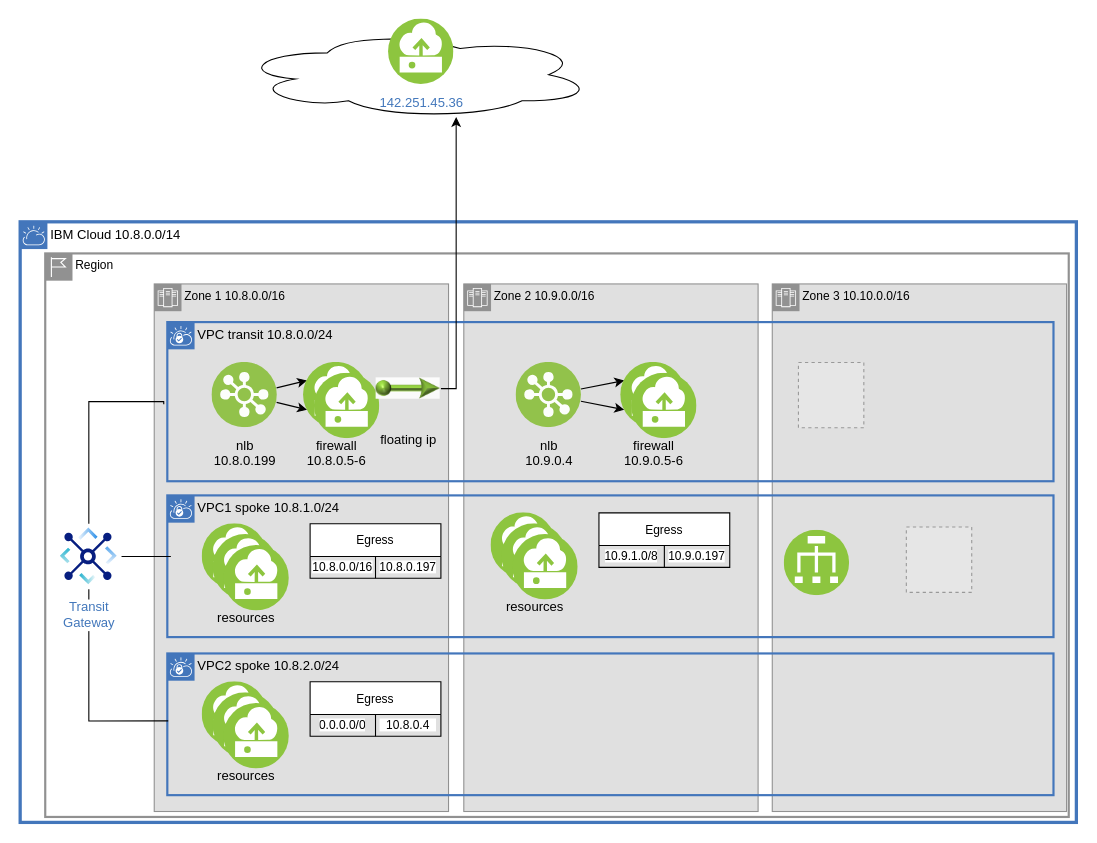
This is page "zonal" (2 of 7) of firewall.drawio from IBM-Cloud/vpc-transit-firewall, a draw.io file, before an edit. Source tidied: cells renumbered, new cells numbered last; positions are measured from the earlier drawing's top-left corner, leaving out a move shared by most shapes. Both pictures are drawn from the tidied source at 109%, with x=0, y=0 at pixel (20, 19). Pictures stored in the file or linked from it are replaced by grey dashed boxes.
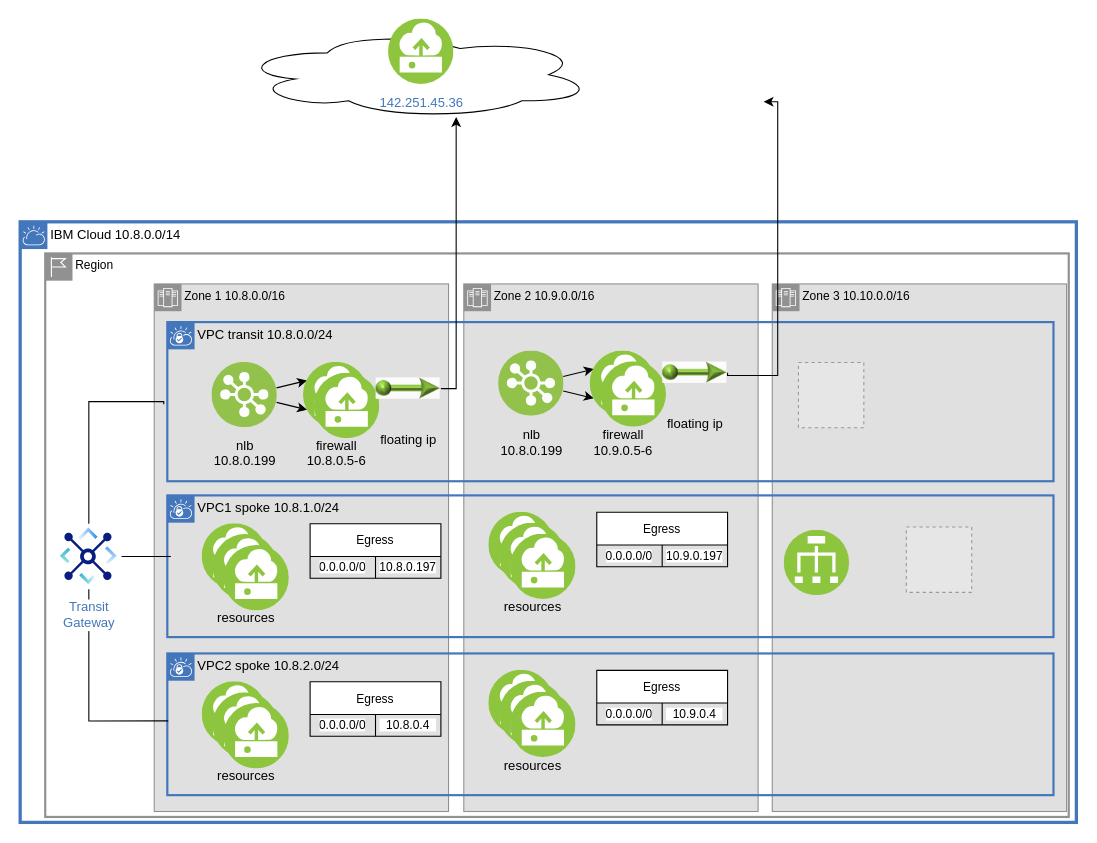
The same page after the edit.

The change refers to these unchanged cells:
```xml
<mxCell id="14" style="shape=tableRow;horizontal=0;startSize=0;swimlaneHead=0;swimlaneBody=0;top=0;left=0;bottom=0;right=0;fillColor=none;fontFamily=Helvetica;fontSize=11;fontColor=default;" parent="13" vertex="1">
  <mxGeometry y="30" width="120" height="20" as="geometry" />
</mxCell>
```

Change to the diagram source:
```diff
@@
-    <mxCell id="15" value="&lt;span style=&quot;background-color: rgb(255, 255, 255);&quot;&gt;10.8.0.0/16&lt;/span&gt;" style="shape=partialRectangle;html=1;whiteSpace=wrap;overflow=hidden;fillColor=none;top=0;left=0;bottom=0;right=0;fontFamily=Helvetica;fontSize=11;fontColor=default;" parent="14" vertex="1">
+    <mxCell id="15" value="&lt;span style=&quot;background-color: rgb(255, 255, 255);&quot;&gt;0.0.0.0/0&lt;/span&gt;" style="shape=partialRectangle;html=1;whiteSpace=wrap;overflow=hidden;fillColor=none;top=0;left=0;bottom=0;right=0;fontFamily=Helvetica;fontSize=11;fontColor=default;" parent="14" vertex="1">
       <mxGeometry width="60" height="20" as="geometry" />
     </mxCell>
@@
-    <mxCell id="29" style="shape=connector;rounded=0;jettySize=auto;html=1;entryX=0;entryY=0.25;entryDx=0;entryDy=0;labelBackgroundColor=default;fontFamily=Helvetica;fontSize=11;fontColor=#000000;endArrow=classic;endFill=1;strokeColor=default;strokeWidth=1;" parent="1" edge="1" source="31" target="32">
-      <mxGeometry relative="1" as="geometry" />
-    </mxCell>
-    <mxCell id="30" style="edgeStyle=none;shape=connector;rounded=0;jettySize=auto;html=1;entryX=0;entryY=0.75;entryDx=0;entryDy=0;labelBackgroundColor=default;fontFamily=Helvetica;fontSize=11;fontColor=#000000;endArrow=classic;endFill=1;strokeColor=default;strokeWidth=1;" parent="1" edge="1" source="31" target="32">
-      <mxGeometry relative="1" as="geometry" />
-    </mxCell>
-    <mxCell id="31" value="nlb&lt;br&gt;10.9.0.4" style="perimeter=ellipsePerimeter;html=1;align=center;shadow=0;dashed=0;fontColor=default;fontSize=12;spacingTop=3;image;image=img/lib/ibm/vpc/LoadBalancerPool.svg;fontFamily=Helvetica;labelBackgroundColor=none;" parent="1" vertex="1">
-      <mxGeometry x="455" y="315" width="60" height="60" as="geometry" />
-    </mxCell>
-    <mxCell id="32" value="&lt;font color=&quot;#000000&quot;&gt;firewall&lt;br&gt;10.9.0.5-6&lt;/font&gt;" style="perimeter=ellipsePerimeter;html=1;align=center;shadow=0;dashed=0;fontColor=#4277BB;fontSize=12;spacingTop=3;image;image=img/lib/ibm/vpc/Instance.svg;labelBackgroundColor=none;" parent="1" vertex="1">
-      <mxGeometry x="551" y="315" width="60" height="60" as="geometry" />
-    </mxCell>
-    <mxCell id="33" style="perimeter=ellipsePerimeter;html=1;align=center;shadow=0;dashed=0;fontColor=#4277BB;fontSize=12;spacingTop=3;image;image=img/lib/ibm/vpc/Instance.svg;labelBackgroundColor=none;" parent="1" vertex="1">
-      <mxGeometry x="561" y="325" width="60" height="60" as="geometry" />
-    </mxCell>
-    <mxCell id="34" value="Egress" style="shape=table;startSize=30;childLayout=tableLayout;fontFamily=Helvetica;fontSize=11;fontColor=default;spacing=0;labelBackgroundColor=#FFFFFF;fillColor=#FFFFFF;" parent="1" vertex="1">
-      <mxGeometry x="531" y="453" width="120" height="50" as="geometry" />
-    </mxCell>
-    <mxCell id="35" style="shape=tableRow;horizontal=0;startSize=0;swimlaneHead=0;swimlaneBody=0;top=0;left=0;bottom=0;right=0;fillColor=none;fontFamily=Helvetica;fontSize=11;fontColor=default;" parent="34" vertex="1">
-      <mxGeometry y="30" width="120" height="20" as="geometry" />
-    </mxCell>
-    <mxCell id="36" value="&lt;span style=&quot;background-color: rgb(255, 255, 255);&quot;&gt;10.9.1.0/8&lt;/span&gt;" style="shape=partialRectangle;html=1;whiteSpace=wrap;overflow=hidden;fillColor=none;top=0;left=0;bottom=0;right=0;fontFamily=Helvetica;fontSize=11;fontColor=default;" parent="35" vertex="1">
-      <mxGeometry width="60" height="20" as="geometry" />
-    </mxCell>
-    <mxCell id="37" value="&lt;span style=&quot;background-color: rgb(255, 255, 255);&quot;&gt;10.9.0.197&lt;/span&gt;" style="shape=partialRectangle;html=1;whiteSpace=wrap;overflow=hidden;fillColor=none;top=0;left=0;bottom=0;right=0;fontFamily=Helvetica;fontSize=11;fontColor=default;" parent="35" vertex="1">
-      <mxGeometry x="60" width="60" height="20" as="geometry" />
-    </mxCell>
-    <mxCell id="38" style="perimeter=ellipsePerimeter;html=1;align=center;shadow=0;dashed=0;fontColor=#4277BB;fontSize=12;spacingTop=3;image;image=img/lib/ibm/vpc/Instance.svg;labelBackgroundColor=none;" parent="1" vertex="1">
-      <mxGeometry x="432" y="453" width="60" height="60" as="geometry" />
-    </mxCell>
-    <mxCell id="39" value="resources" style="perimeter=ellipsePerimeter;html=1;align=center;shadow=0;dashed=0;fontColor=#000000;fontSize=12;spacingTop=3;image;image=img/lib/ibm/vpc/Instance.svg;labelBackgroundColor=none;" parent="1" vertex="1">
-      <mxGeometry x="442" y="463" width="60" height="60" as="geometry" />
-    </mxCell>
-    <mxCell id="40" style="perimeter=ellipsePerimeter;html=1;align=center;shadow=0;dashed=0;fontColor=#4277BB;fontSize=12;spacingTop=3;image;image=img/lib/ibm/vpc/Instance.svg;labelBackgroundColor=none;" parent="1" vertex="1">
-      <mxGeometry x="452" y="473" width="60" height="60" as="geometry" />
-    </mxCell>
@@
+    <mxCell id="52" style="shape=connector;rounded=0;jettySize=auto;html=1;entryX=0;entryY=0.25;entryDx=0;entryDy=0;labelBackgroundColor=default;fontFamily=Helvetica;fontSize=11;fontColor=#000000;endArrow=classic;endFill=1;strokeColor=default;strokeWidth=1;" parent="1" edge="1" source="54" target="32">
+      <mxGeometry relative="1" as="geometry" />
+    </mxCell>
+    <mxCell id="53" style="edgeStyle=none;shape=connector;rounded=0;jettySize=auto;html=1;entryX=0;entryY=0.75;entryDx=0;entryDy=0;labelBackgroundColor=default;fontFamily=Helvetica;fontSize=11;fontColor=#000000;endArrow=classic;endFill=1;strokeColor=default;strokeWidth=1;" parent="1" edge="1" source="54" target="32">
+      <mxGeometry relative="1" as="geometry" />
+    </mxCell>
+    <mxCell id="54" value="nlb&lt;br&gt;10.8.0.199" style="perimeter=ellipsePerimeter;html=1;align=center;shadow=0;dashed=0;fontColor=default;fontSize=12;spacingTop=3;image;image=img/lib/ibm/vpc/LoadBalancerPool.svg;fontFamily=Helvetica;labelBackgroundColor=none;" parent="1" vertex="1">
+      <mxGeometry x="439" y="304.5" width="60" height="60" as="geometry" />
+    </mxCell>
+    <mxCell id="32" value="&lt;font color=&quot;#000000&quot;&gt;firewall&lt;br&gt;10.9.0.5-6&lt;/font&gt;" style="perimeter=ellipsePerimeter;html=1;align=center;shadow=0;dashed=0;fontColor=#4277BB;fontSize=12;spacingTop=3;image;image=img/lib/ibm/vpc/Instance.svg;labelBackgroundColor=none;" parent="1" vertex="1">
+      <mxGeometry x="523" y="304.5" width="60" height="60" as="geometry" />
+    </mxCell>
+    <mxCell id="55" value="Egress" style="shape=table;startSize=30;childLayout=tableLayout;fontFamily=Helvetica;fontSize=11;fontColor=default;spacing=0;labelBackgroundColor=#FFFFFF;fillColor=#FFFFFF;" parent="1" vertex="1">
+      <mxGeometry x="529" y="452.5" width="120" height="50" as="geometry" />
+    </mxCell>
+    <mxCell id="56" style="shape=tableRow;horizontal=0;startSize=0;swimlaneHead=0;swimlaneBody=0;top=0;left=0;bottom=0;right=0;fillColor=none;fontFamily=Helvetica;fontSize=11;fontColor=default;" parent="55" vertex="1">
+      <mxGeometry y="30" width="120" height="20" as="geometry" />
+    </mxCell>
+    <mxCell id="57" value="&lt;span style=&quot;background-color: rgb(255, 255, 255);&quot;&gt;0.0.0.0/0&lt;/span&gt;" style="shape=partialRectangle;html=1;whiteSpace=wrap;overflow=hidden;fillColor=none;top=0;left=0;bottom=0;right=0;fontFamily=Helvetica;fontSize=11;fontColor=default;" parent="56" vertex="1">
+      <mxGeometry width="60" height="20" as="geometry" />
+    </mxCell>
+    <mxCell id="37" value="&lt;span style=&quot;background-color: rgb(255, 255, 255);&quot;&gt;10.9.0.197&lt;/span&gt;" style="shape=partialRectangle;html=1;whiteSpace=wrap;overflow=hidden;fillColor=none;top=0;left=0;bottom=0;right=0;fontFamily=Helvetica;fontSize=11;fontColor=default;" parent="56" vertex="1">
+      <mxGeometry x="60" width="60" height="20" as="geometry" />
+    </mxCell>
+    <mxCell id="58" style="perimeter=ellipsePerimeter;html=1;align=center;shadow=0;dashed=0;fontColor=#4277BB;fontSize=12;spacingTop=3;image;image=img/lib/ibm/vpc/Instance.svg;labelBackgroundColor=none;" parent="1" vertex="1">
+      <mxGeometry x="430" y="452.5" width="60" height="60" as="geometry" />
+    </mxCell>
+    <mxCell id="59" value="resources" style="perimeter=ellipsePerimeter;html=1;align=center;shadow=0;dashed=0;fontColor=#000000;fontSize=12;spacingTop=3;image;image=img/lib/ibm/vpc/Instance.svg;labelBackgroundColor=none;" parent="1" vertex="1">
+      <mxGeometry x="440" y="462.5" width="60" height="60" as="geometry" />
+    </mxCell>
+    <mxCell id="60" style="perimeter=ellipsePerimeter;html=1;align=center;shadow=0;dashed=0;fontColor=#4277BB;fontSize=12;spacingTop=3;image;image=img/lib/ibm/vpc/Instance.svg;labelBackgroundColor=none;" parent="1" vertex="1">
+      <mxGeometry x="450" y="472.5" width="60" height="60" as="geometry" />
+    </mxCell>
+    <mxCell id="61" style="perimeter=ellipsePerimeter;html=1;align=center;shadow=0;dashed=0;fontColor=#4277BB;fontSize=12;spacingTop=3;image;image=img/lib/ibm/vpc/Instance.svg;labelBackgroundColor=none;" parent="1" vertex="1">
+      <mxGeometry x="533" y="314.5" width="60" height="60" as="geometry" />
+    </mxCell>
+    <mxCell id="62" value="Egress" style="shape=table;startSize=30;childLayout=tableLayout;fontFamily=Helvetica;fontSize=11;fontColor=default;spacing=0;labelBackgroundColor=#FFFFFF;fillColor=#FFFFFF;" parent="1" vertex="1">
+      <mxGeometry x="529" y="597.5" width="120" height="50" as="geometry" />
+    </mxCell>
+    <mxCell id="63" style="shape=tableRow;horizontal=0;startSize=0;swimlaneHead=0;swimlaneBody=0;top=0;left=0;bottom=0;right=0;fillColor=none;fontFamily=Helvetica;fontSize=11;fontColor=default;" parent="62" vertex="1">
+      <mxGeometry y="30" width="120" height="20" as="geometry" />
+    </mxCell>
+    <mxCell id="64" value="&lt;span style=&quot;background-color: rgb(255, 255, 255);&quot;&gt;0.0.0.0/0&lt;/span&gt;" style="shape=partialRectangle;html=1;whiteSpace=wrap;overflow=hidden;fillColor=none;top=0;left=0;bottom=0;right=0;fontFamily=Helvetica;fontSize=11;fontColor=default;" parent="63" vertex="1">
+      <mxGeometry width="60" height="20" as="geometry" />
+    </mxCell>
+    <mxCell id="65" value="&lt;span style=&quot;background-color: rgb(255, 255, 255);&quot;&gt;&amp;nbsp; 10.9.0.4&amp;nbsp;&amp;nbsp;&lt;/span&gt;" style="shape=partialRectangle;html=1;whiteSpace=wrap;overflow=hidden;fillColor=none;top=0;left=0;bottom=0;right=0;fontFamily=Helvetica;fontSize=11;fontColor=default;" parent="63" vertex="1">
+      <mxGeometry x="60" width="60" height="20" as="geometry" />
+    </mxCell>
+    <mxCell id="66" style="perimeter=ellipsePerimeter;html=1;align=center;shadow=0;dashed=0;fontColor=#4277BB;fontSize=12;spacingTop=3;image;image=img/lib/ibm/vpc/Instance.svg;labelBackgroundColor=none;" parent="1" vertex="1">
+      <mxGeometry x="430" y="597.5" width="60" height="60" as="geometry" />
+    </mxCell>
+    <mxCell id="67" value="resources" style="perimeter=ellipsePerimeter;html=1;align=center;shadow=0;dashed=0;fontColor=#000000;fontSize=12;spacingTop=3;image;image=img/lib/ibm/vpc/Instance.svg;labelBackgroundColor=none;" parent="1" vertex="1">
+      <mxGeometry x="440" y="607.5" width="60" height="60" as="geometry" />
+    </mxCell>
+    <mxCell id="68" style="perimeter=ellipsePerimeter;html=1;align=center;shadow=0;dashed=0;fontColor=#4277BB;fontSize=12;spacingTop=3;image;image=img/lib/ibm/vpc/Instance.svg;labelBackgroundColor=none;" parent="1" vertex="1">
+      <mxGeometry x="450" y="617.5" width="60" height="60" as="geometry" />
+    </mxCell>
+    <mxCell id="69" value="floating ip" style="perimeter=ellipsePerimeter;html=1;align=center;shadow=0;dashed=0;fontColor=#000000;fontSize=12;spacingTop=3;image;image=img/lib/ibm/vpc/FloatingIP.svg;fontFamily=Helvetica;fillColor=#FFFFFF;labelBackgroundColor=none;backgroundOutline=0;imageBackground=none;" parent="1" vertex="1">
+      <mxGeometry x="589" y="294.5" width="60" height="60" as="geometry" />
+    </mxCell>
+    <mxCell id="70" style="edgeStyle=orthogonalEdgeStyle;shape=connector;rounded=0;jettySize=auto;html=1;labelBackgroundColor=default;fontFamily=Helvetica;fontSize=11;fontColor=#000000;endArrow=none;endFill=0;strokeColor=default;strokeWidth=1;startArrow=classic;startFill=1;entryX=1;entryY=0.5;entryDx=0;entryDy=0;" parent="1" edge="1" target="69">
+      <mxGeometry relative="1" as="geometry">
+        <mxPoint x="682.1" y="75.9" as="sourcePoint" />
+        <Array as="points">
+          <mxPoint x="695" y="76" />
+          <mxPoint x="695" y="327" />
+          <mxPoint x="649" y="327" />
+        </Array>
+      </mxGeometry>
+    </mxCell>
```
